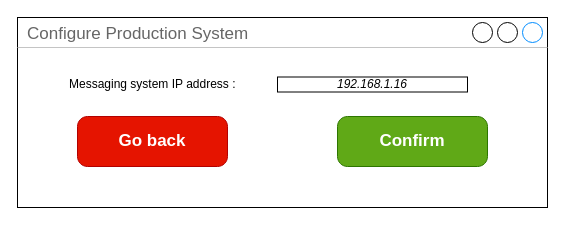
BaffoBello14/AutomaticDamagesRecognition keeps this draw.io diagram as configure/production_system(BELLO).drawio. Above is the earlier version. Source tidied: cells renumbered, new cells numbered last; positions are measured from the earlier drawing's top-left corner, leaving out a move shared by most shapes. Both pictures are drawn from the tidied source at 100%, with x=0, y=0 at pixel (17, 17).
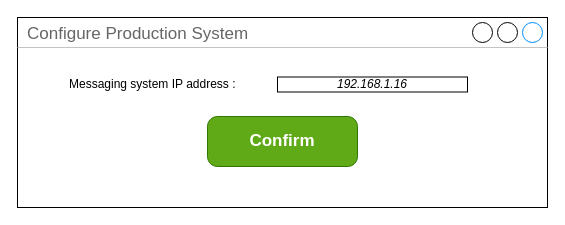
The same page after the edit.

Commit message (it also covers changes not shown here):
delete go back button

Diff of the diagram source:
```diff
@@
 <mxGraphModel>
   <root>
     <mxCell id="0" />
     <mxCell id="1" parent="0" />
     <mxCell id="2" value="Configure Production System" style="strokeWidth=1;shadow=0;dashed=0;align=center;html=1;shape=mxgraph.mockup.containers.window;align=left;verticalAlign=top;spacingLeft=8;strokeColor2=#008cff;strokeColor3=#c4c4c4;fontColor=#666666;mainText=;fontSize=17;labelBackgroundColor=none;whiteSpace=wrap;" parent="1" vertex="1">
       <mxGeometry width="530" height="190" as="geometry" />
     </mxCell>
     <mxCell id="3" value="Confirm" style="strokeWidth=1;shadow=0;dashed=0;align=center;html=1;shape=mxgraph.mockup.buttons.button;strokeColor=#2D7600;fontColor=#ffffff;mainText=;buttonStyle=round;fontSize=17;fontStyle=1;fillColor=#60a917;whiteSpace=wrap;" parent="1" vertex="1">
-      <mxGeometry x="320" y="99" width="150" height="50" as="geometry" />
+      <mxGeometry x="190" y="99" width="150" height="50" as="geometry" />
     </mxCell>
-    <mxCell id="4" value="Go back" style="strokeWidth=1;shadow=0;dashed=0;align=center;html=1;shape=mxgraph.mockup.buttons.button;strokeColor=#B20000;mainText=;buttonStyle=round;fontSize=17;fontStyle=1;fillColor=#e51400;whiteSpace=wrap;fontColor=#ffffff;" parent="1" vertex="1">
-      <mxGeometry x="60" y="99" width="150" height="50" as="geometry" />
-    </mxCell>
     <mxCell id="5" value="Messaging system IP address :" style="text;html=1;strokeColor=none;fillColor=none;align=left;verticalAlign=middle;whiteSpace=wrap;rounded=0;" parent="1" vertex="1">
       <mxGeometry x="50" y="52" width="210" height="30" as="geometry" />
     </mxCell>
     <mxCell id="6" value="&lt;i style=&quot;border-color: var(--border-color);&quot;&gt;&lt;font style=&quot;border-color: var(--border-color);&quot;&gt;192.168.1.16&lt;/font&gt;&lt;/i&gt;" style="rounded=0;whiteSpace=wrap;html=1;fontColor=#000000;" parent="1" vertex="1">
       <mxGeometry x="260" y="59.5" width="190" height="15" as="geometry" />
     </mxCell>
   </root>
 </mxGraphModel>
```
